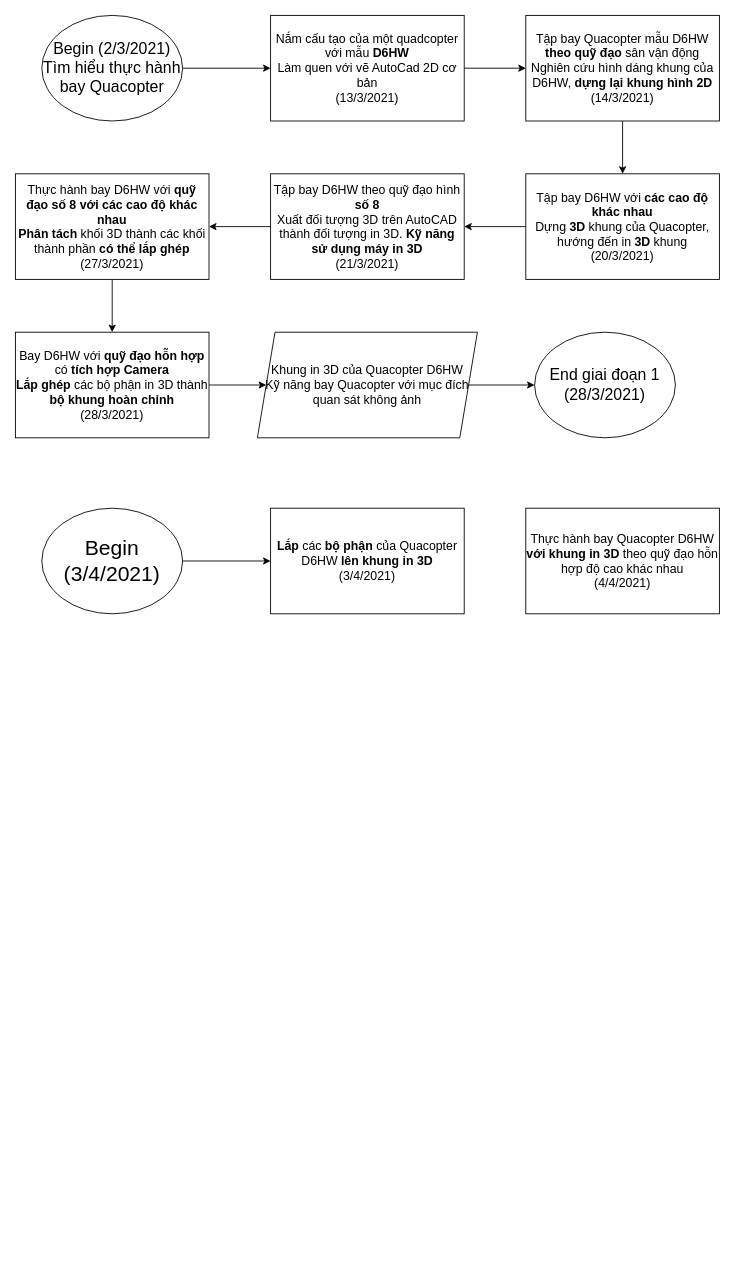
The draw.io diagram Kế hoạch làm drone.drawio in thongleqwer/flowchart, before the edit. Source tidied: cells renumbered, new cells numbered last; positions are measured from the earlier drawing's top-left corner, leaving out a move shared by most shapes. Both pictures are drawn from the tidied source at 88%, with x=0, y=0 at pixel (15, 15).
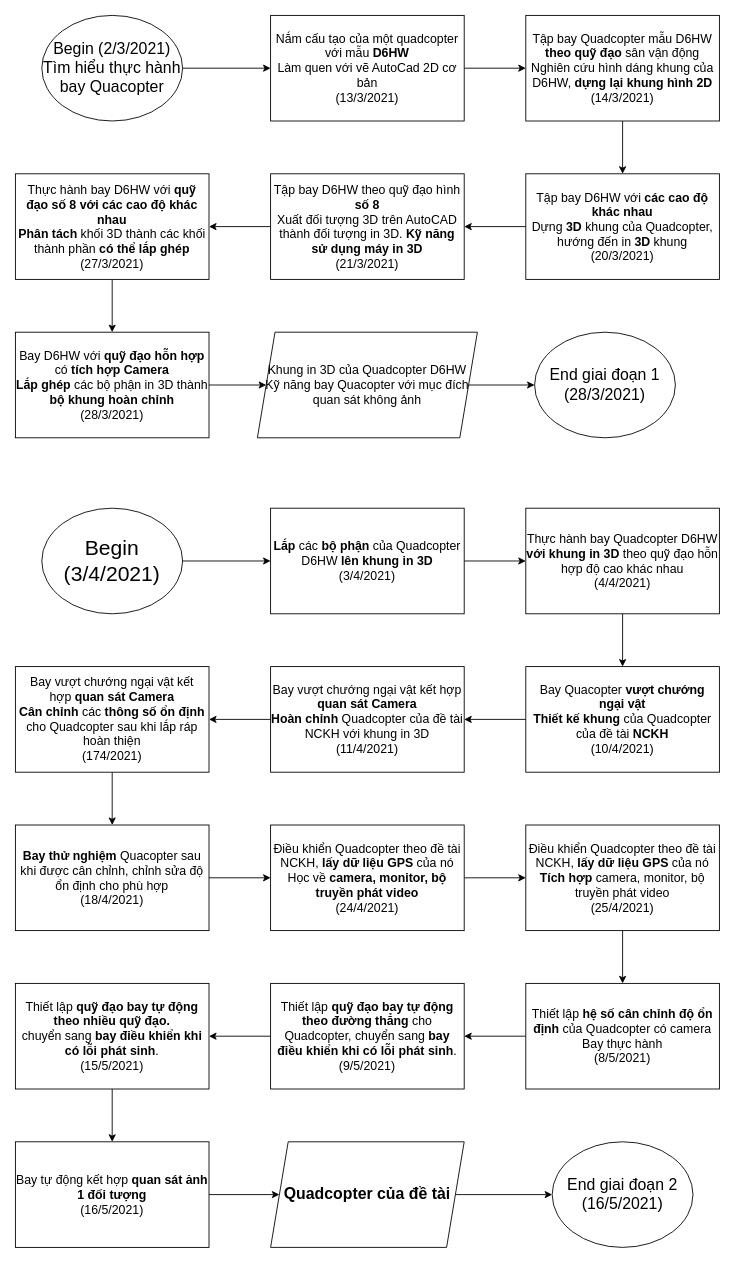
The same diagram, later.

What changed in the source:
```diff
@@
-    <mxCell id="7" value="&lt;font style=&quot;font-size: 14px&quot;&gt;Tập bay Quacopter mẫu D6HW &lt;b&gt;theo quỹ đạo&lt;/b&gt; sân vận động&lt;br&gt;Nghiên cứu hình dáng khung của D6HW, &lt;b&gt;dựng lại khung hình 2D&lt;/b&gt;&lt;br&gt;(14/3/2021)&lt;/font&gt;" style="rounded=0;whiteSpace=wrap;html=1;sketch=0;" parent="1" vertex="1">
+    <mxCell id="7" value="&lt;font style=&quot;font-size: 14px&quot;&gt;Tập bay Quadcopter mẫu D6HW &lt;b&gt;theo quỹ đạo&lt;/b&gt; sân vận động&lt;br&gt;Nghiên cứu hình dáng khung của D6HW, &lt;b&gt;dựng lại khung hình 2D&lt;/b&gt;&lt;br&gt;(14/3/2021)&lt;/font&gt;" style="rounded=0;whiteSpace=wrap;html=1;sketch=0;" parent="1" vertex="1">
       <mxGeometry x="580" width="220" height="120" as="geometry" />
     </mxCell>
@@
-    <mxCell id="9" value="&lt;font style=&quot;font-size: 14px&quot;&gt;Tập bay D6HW với &lt;b&gt;các cao độ khác nhau&lt;/b&gt;&lt;br&gt;Dựng &lt;b&gt;3D&lt;/b&gt; khung của Quacopter, hướng đến in &lt;b&gt;3D&lt;/b&gt; khung&lt;br&gt;(20/3/2021)&lt;/font&gt;" style="rounded=0;whiteSpace=wrap;html=1;sketch=0;" parent="1" vertex="1">
+    <mxCell id="9" value="&lt;font style=&quot;font-size: 14px&quot;&gt;Tập bay D6HW với &lt;b&gt;các cao độ khác nhau&lt;/b&gt;&lt;br&gt;Dựng &lt;b&gt;3D&lt;/b&gt; khung của Quadcopter, hướng đến in &lt;b&gt;3D&lt;/b&gt; khung&lt;br&gt;(20/3/2021)&lt;/font&gt;" style="rounded=0;whiteSpace=wrap;html=1;sketch=0;" parent="1" vertex="1">
       <mxGeometry x="580" y="180" width="220" height="120" as="geometry" />
     </mxCell>
@@
-    <mxCell id="17" value="&lt;font style=&quot;font-size: 14px&quot;&gt;Khung in 3D của Quacopter D6HW&lt;br&gt;Kỹ năng bay Quacopter với mục đích quan sát không ảnh&lt;/font&gt;" style="shape=parallelogram;perimeter=parallelogramPerimeter;whiteSpace=wrap;html=1;fixedSize=1;rounded=0;sketch=0;" parent="1" vertex="1">
+    <mxCell id="17" value="&lt;font style=&quot;font-size: 14px&quot;&gt;Khung in 3D của Quadcopter D6HW&lt;br&gt;Kỹ năng bay Quacopter với mục đích quan sát không ảnh&lt;/font&gt;" style="shape=parallelogram;perimeter=parallelogramPerimeter;whiteSpace=wrap;html=1;fixedSize=1;rounded=0;sketch=0;" parent="1" vertex="1">
       <mxGeometry x="275" y="360" width="250" height="120" as="geometry" />
     </mxCell>
@@
+    <mxCell id="23" style="edgeStyle=orthogonalEdgeStyle;rounded=0;jettySize=auto;html=1;exitX=1;exitY=0.5;exitDx=0;exitDy=0;entryX=0;entryY=0.5;entryDx=0;entryDy=0;" parent="1" edge="1" source="21" target="22">
+      <mxGeometry relative="1" as="geometry" />
+    </mxCell>
-    <mxCell id="21" value="&lt;font style=&quot;font-size: 14px&quot;&gt;&lt;b&gt;Lắp&lt;/b&gt; các&lt;b&gt; bộ phận&lt;/b&gt; của Quacopter D6HW &lt;b&gt;lên khung in 3D&lt;/b&gt;&lt;br&gt;(3/4/2021)&lt;/font&gt;" style="rounded=0;whiteSpace=wrap;html=1;sketch=0;" parent="1" vertex="1">
+    <mxCell id="21" value="&lt;font style=&quot;font-size: 14px&quot;&gt;&lt;b&gt;Lắp&lt;/b&gt; các&lt;b&gt; bộ phận&lt;/b&gt; của Quadcopter D6HW &lt;b&gt;lên khung in 3D&lt;/b&gt;&lt;br&gt;(3/4/2021)&lt;/font&gt;" style="rounded=0;whiteSpace=wrap;html=1;sketch=0;" parent="1" vertex="1">
       <mxGeometry x="290" y="560" width="220" height="120" as="geometry" />
     </mxCell>
+    <mxCell id="24" style="edgeStyle=orthogonalEdgeStyle;rounded=0;jettySize=auto;html=1;exitX=0.5;exitY=1;exitDx=0;exitDy=0;entryX=0.5;entryY=0;entryDx=0;entryDy=0;" parent="1" edge="1" source="22" target="26">
+      <mxGeometry relative="1" as="geometry" />
+    </mxCell>
-    <mxCell id="22" value="&lt;font style=&quot;font-size: 14px&quot;&gt;Thực hành bay Quacopter D6HW &lt;b&gt;với khung in 3D&lt;/b&gt; theo quỹ đạo hỗn hợp độ cao khác nhau&lt;br&gt;(4/4/2021)&lt;/font&gt;" style="rounded=0;whiteSpace=wrap;html=1;sketch=0;" parent="1" vertex="1">
+    <mxCell id="22" value="&lt;font style=&quot;font-size: 14px&quot;&gt;Thực hành bay Quadcopter D6HW &lt;b&gt;với khung in 3D&lt;/b&gt; theo quỹ đạo hỗn hợp độ cao khác nhau&lt;br&gt;(4/4/2021)&lt;/font&gt;" style="rounded=0;whiteSpace=wrap;html=1;sketch=0;" parent="1" vertex="1">
       <mxGeometry x="580" y="560" width="220" height="120" as="geometry" />
     </mxCell>
+    <mxCell id="25" style="edgeStyle=orthogonalEdgeStyle;rounded=0;jettySize=auto;html=1;exitX=0;exitY=0.5;exitDx=0;exitDy=0;entryX=1;entryY=0.5;entryDx=0;entryDy=0;" parent="1" edge="1" source="26" target="28">
+      <mxGeometry relative="1" as="geometry" />
+    </mxCell>
+    <mxCell id="26" value="&lt;span style=&quot;font-size: 14px&quot;&gt;Bay Quacopter &lt;b&gt;vượt chướng ngại vật&lt;/b&gt;&lt;br&gt;&lt;b&gt;Thiết kế khung&lt;/b&gt; của Quadcopter của đề tài &lt;b&gt;NCKH&lt;br&gt;&lt;/b&gt;(10/4/2021)&lt;br&gt;&lt;/span&gt;" style="rounded=0;whiteSpace=wrap;html=1;sketch=0;" parent="1" vertex="1">
+      <mxGeometry x="580" y="740" width="220" height="120" as="geometry" />
+    </mxCell>
+    <mxCell id="27" style="edgeStyle=orthogonalEdgeStyle;rounded=0;jettySize=auto;html=1;exitX=0;exitY=0.5;exitDx=0;exitDy=0;entryX=1;entryY=0.5;entryDx=0;entryDy=0;" parent="1" edge="1" source="28" target="30">
+      <mxGeometry relative="1" as="geometry" />
+    </mxCell>
+    <mxCell id="28" value="&lt;font style=&quot;font-size: 14px&quot;&gt;Bay vượt chướng ngại vật kết hợp &lt;b&gt;quan sát Camera&lt;/b&gt;&lt;br&gt;&lt;b&gt;Hoàn chỉnh&lt;/b&gt; Quadcopter của đề tài NCKH với khung in 3D&lt;br&gt;(11/4/2021)&lt;/font&gt;" style="rounded=0;whiteSpace=wrap;html=1;sketch=0;" parent="1" vertex="1">
+      <mxGeometry x="290" y="740" width="220" height="120" as="geometry" />
+    </mxCell>
+    <mxCell id="29" style="edgeStyle=orthogonalEdgeStyle;rounded=0;jettySize=auto;html=1;exitX=0.5;exitY=1;exitDx=0;exitDy=0;entryX=0.5;entryY=0;entryDx=0;entryDy=0;" parent="1" edge="1" source="30" target="32">
+      <mxGeometry relative="1" as="geometry" />
+    </mxCell>
+    <mxCell id="30" value="&lt;font style=&quot;font-size: 14px&quot;&gt;Bay vượt chướng ngại vật kết hợp&amp;nbsp;&lt;b&gt;quan sát Camera&lt;br&gt;&lt;/b&gt;&lt;b&gt;Cân chỉnh&lt;/b&gt; các &lt;b&gt;thông số ổn định&lt;/b&gt; cho Quadcopter sau khi lắp ráp hoàn thiện&lt;br&gt;(174/2021)&lt;/font&gt;" style="rounded=0;whiteSpace=wrap;html=1;sketch=0;" parent="1" vertex="1">
+      <mxGeometry y="740" width="220" height="120" as="geometry" />
+    </mxCell>
+    <mxCell id="31" style="edgeStyle=orthogonalEdgeStyle;rounded=0;jettySize=auto;html=1;exitX=1;exitY=0.5;exitDx=0;exitDy=0;entryX=0;entryY=0.5;entryDx=0;entryDy=0;" parent="1" edge="1" source="32" target="34">
+      <mxGeometry relative="1" as="geometry" />
+    </mxCell>
+    <mxCell id="32" value="&lt;font style=&quot;font-size: 14px&quot;&gt;&lt;b&gt;Bay thử nghiệm&lt;/b&gt; Quacopter sau khi được cân chỉnh, chỉnh sửa độ ổn định cho phù hợp&lt;br&gt;(18/4/2021)&lt;/font&gt;" style="rounded=0;whiteSpace=wrap;html=1;sketch=0;" parent="1" vertex="1">
+      <mxGeometry y="920" width="220" height="120" as="geometry" />
+    </mxCell>
+    <mxCell id="33" style="edgeStyle=orthogonalEdgeStyle;rounded=0;jettySize=auto;html=1;exitX=1;exitY=0.5;exitDx=0;exitDy=0;entryX=0;entryY=0.5;entryDx=0;entryDy=0;" parent="1" edge="1" source="34" target="36">
+      <mxGeometry relative="1" as="geometry" />
+    </mxCell>
+    <mxCell id="34" value="&lt;span style=&quot;font-size: 14px&quot;&gt;Điều khiển Quadcopter theo đề tài NCKH, &lt;b&gt;lấy dữ liệu GPS&lt;/b&gt; của nó&lt;br&gt;Học về &lt;b&gt;camera, monitor, bộ truyền phát video&lt;/b&gt;&lt;br&gt;(24/4/2021)&lt;br&gt;&lt;/span&gt;" style="rounded=0;whiteSpace=wrap;html=1;sketch=0;" parent="1" vertex="1">
+      <mxGeometry x="290" y="920" width="220" height="120" as="geometry" />
+    </mxCell>
+    <mxCell id="35" style="edgeStyle=orthogonalEdgeStyle;rounded=0;jettySize=auto;html=1;exitX=0.5;exitY=1;exitDx=0;exitDy=0;entryX=0.5;entryY=0;entryDx=0;entryDy=0;" parent="1" edge="1" source="36" target="38">
+      <mxGeometry relative="1" as="geometry" />
+    </mxCell>
+    <mxCell id="36" value="&lt;font style=&quot;font-size: 14px&quot;&gt;Điều khiển Quadcopter theo đề tài NCKH,&amp;nbsp;&lt;b&gt;lấy dữ liệu GPS&lt;/b&gt;&amp;nbsp;của nó&lt;br&gt;&lt;b&gt;Tích hợp&lt;/b&gt; camera, monitor, bộ truyền phát video&lt;br&gt;(25/4/2021)&lt;/font&gt;" style="rounded=0;whiteSpace=wrap;html=1;sketch=0;" parent="1" vertex="1">
+      <mxGeometry x="580" y="920" width="220" height="120" as="geometry" />
+    </mxCell>
+    <mxCell id="37" style="edgeStyle=orthogonalEdgeStyle;rounded=0;jettySize=auto;html=1;exitX=0;exitY=0.5;exitDx=0;exitDy=0;entryX=1;entryY=0.5;entryDx=0;entryDy=0;" parent="1" edge="1" source="38" target="40">
+      <mxGeometry relative="1" as="geometry" />
+    </mxCell>
+    <mxCell id="38" value="&lt;font style=&quot;font-size: 14px&quot;&gt;Thiết lập &lt;b&gt;hệ số cân chỉnh độ ổn định&lt;/b&gt; của Quadcopter có camera&lt;br&gt;Bay thực hành&lt;br&gt;(8/5/2021)&lt;/font&gt;" style="rounded=0;whiteSpace=wrap;html=1;sketch=0;" parent="1" vertex="1">
+      <mxGeometry x="580" y="1100" width="220" height="120" as="geometry" />
+    </mxCell>
+    <mxCell id="39" style="edgeStyle=orthogonalEdgeStyle;rounded=0;jettySize=auto;html=1;exitX=0;exitY=0.5;exitDx=0;exitDy=0;entryX=1;entryY=0.5;entryDx=0;entryDy=0;" parent="1" edge="1" source="40" target="42">
+      <mxGeometry relative="1" as="geometry" />
+    </mxCell>
+    <mxCell id="40" value="&lt;font style=&quot;font-size: 14px&quot;&gt;Thiết lập &lt;b&gt;quỹ đạo bay tự động theo đường thẳng&lt;/b&gt;&amp;nbsp;cho Quadcopter, chuyển sang &lt;b&gt;bay điều khiển khi có lỗi phát sinh&lt;/b&gt;.&lt;br&gt;(9/5/2021)&lt;/font&gt;" style="rounded=0;whiteSpace=wrap;html=1;sketch=0;" parent="1" vertex="1">
+      <mxGeometry x="290" y="1100" width="220" height="120" as="geometry" />
+    </mxCell>
+    <mxCell id="41" style="edgeStyle=orthogonalEdgeStyle;rounded=0;jettySize=auto;html=1;exitX=0.5;exitY=1;exitDx=0;exitDy=0;entryX=0.5;entryY=0;entryDx=0;entryDy=0;" parent="1" edge="1" source="42" target="44">
+      <mxGeometry relative="1" as="geometry" />
+    </mxCell>
+    <mxCell id="42" value="&lt;span style=&quot;font-size: 14px&quot;&gt;Thiết lập&amp;nbsp;&lt;/span&gt;&lt;span style=&quot;font-size: 14px&quot;&gt;&lt;b&gt;quỹ đạo bay tự động theo nhiều quỹ đạo.&lt;br&gt;&lt;/b&gt;&lt;/span&gt;&lt;span style=&quot;font-size: 14px&quot;&gt;chuyển sang&amp;nbsp;&lt;/span&gt;&lt;b style=&quot;font-size: 14px&quot;&gt;bay điều khiển khi có lỗi phát sinh&lt;/b&gt;&lt;span style=&quot;font-size: 14px&quot;&gt;.&lt;br&gt;&lt;/span&gt;&lt;span style=&quot;font-size: 14px&quot;&gt;(15/5/2021)&lt;br&gt;&lt;/span&gt;" style="rounded=0;whiteSpace=wrap;html=1;sketch=0;" parent="1" vertex="1">
+      <mxGeometry y="1100" width="220" height="120" as="geometry" />
+    </mxCell>
+    <mxCell id="43" style="edgeStyle=orthogonalEdgeStyle;rounded=0;jettySize=auto;html=1;exitX=1;exitY=0.5;exitDx=0;exitDy=0;entryX=0;entryY=0.5;entryDx=0;entryDy=0;" parent="1" edge="1" source="44" target="46">
+      <mxGeometry relative="1" as="geometry" />
+    </mxCell>
+    <mxCell id="44" value="&lt;span style=&quot;font-size: 14px&quot;&gt;Bay tự động kết hợp &lt;b&gt;quan sát ảnh 1 đối tượng&lt;/b&gt;&lt;br&gt;(16/5/2021)&lt;br&gt;&lt;/span&gt;" style="rounded=0;whiteSpace=wrap;html=1;sketch=0;" parent="1" vertex="1">
+      <mxGeometry y="1280" width="220" height="120" as="geometry" />
+    </mxCell>
+    <mxCell id="45" style="edgeStyle=orthogonalEdgeStyle;rounded=0;jettySize=auto;html=1;exitX=1;exitY=0.5;exitDx=0;exitDy=0;entryX=0;entryY=0.5;entryDx=0;entryDy=0;" parent="1" edge="1" source="46" target="47">
+      <mxGeometry relative="1" as="geometry" />
+    </mxCell>
+    <mxCell id="46" value="&lt;font style=&quot;font-size: 18px&quot;&gt;&lt;b&gt;Quadcopter của đề tài&lt;/b&gt;&lt;/font&gt;" style="shape=parallelogram;perimeter=parallelogramPerimeter;whiteSpace=wrap;html=1;fixedSize=1;" parent="1" vertex="1">
+      <mxGeometry x="290" y="1280" width="220" height="120" as="geometry" />
+    </mxCell>
+    <mxCell id="47" value="&lt;font style=&quot;font-size: 18px&quot;&gt;End giai đoạn 2 (16/5/2021)&lt;/font&gt;" style="ellipse;whiteSpace=wrap;html=1;" parent="1" vertex="1">
+      <mxGeometry x="610" y="1280" width="160" height="120" as="geometry" />
+    </mxCell>
```
